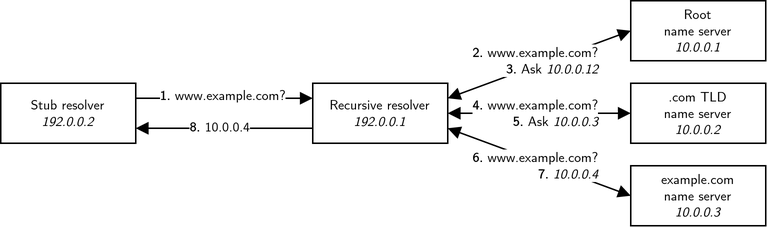
Earlier version of the draw.io export report/images/dns-resolve.png (tedski999/dissertation). Source tidied: cells renumbered, new cells last; positions are measured from the earlier drawing's top-left corner, leaving out a move shared by most shapes. The source it was exported from:
```xml
<mxGraphModel>
  <root>
    <mxCell id="0" />
    <mxCell id="1" parent="0" />
    <mxCell id="2" style="edgeStyle=orthogonalEdgeStyle;rounded=0;jettySize=auto;html=1;exitX=0;exitY=0.75;exitDx=0;exitDy=0;entryX=1;entryY=0.75;entryDx=0;entryDy=0;endArrow=block;endFill=1;fontFamily=Computer Modern;fontSource=http%3A%2F%2Fmirrors.ctan.org%2Ffonts%2Fcm-unicode%2Ffonts%2Fotf%2Fcmunss.otf;" parent="1" edge="1" source="4" target="7">
      <mxGeometry relative="1" as="geometry" />
    </mxCell>
    <mxCell id="3" style="edgeStyle=orthogonalEdgeStyle;rounded=0;jettySize=auto;html=1;exitX=1;exitY=0.5;exitDx=0;exitDy=0;entryX=0;entryY=0.5;entryDx=0;entryDy=0;startArrow=block;startFill=1;endArrow=block;endFill=1;fontFamily=Computer Modern;fontSource=http%3A%2F%2Fmirrors.ctan.org%2Ffonts%2Fcm-unicode%2Ffonts%2Fotf%2Fcmunss.otf;" parent="1" edge="1" source="4" target="8">
      <mxGeometry relative="1" as="geometry" />
    </mxCell>
    <mxCell id="4" value="&lt;div style=&quot;font-size: 9px;&quot;&gt;Recursive resolver&lt;/div&gt;&lt;div style=&quot;font-size: 9px;&quot;&gt;&lt;i&gt;192.0.0.1&lt;/i&gt;&lt;br style=&quot;font-size: 9px;&quot;&gt;&lt;/div&gt;" style="rounded=0;whiteSpace=wrap;html=1;fontSize=9;fontFamily=Computer Modern;fontSource=http%3A%2F%2Fmirrors.ctan.org%2Ffonts%2Fcm-unicode%2Ffonts%2Fotf%2Fcmunss.otf;" parent="1" vertex="1">
      <mxGeometry x="208" y="55" width="90" height="40" as="geometry" />
    </mxCell>
    <mxCell id="5" style="edgeStyle=orthogonalEdgeStyle;rounded=0;jettySize=auto;html=1;exitX=1;exitY=0.25;exitDx=0;exitDy=0;entryX=0;entryY=0.25;entryDx=0;entryDy=0;endArrow=block;endFill=1;fontFamily=Computer Modern;fontSource=http%3A%2F%2Fmirrors.ctan.org%2Ffonts%2Fcm-unicode%2Ffonts%2Fotf%2Fcmunss.otf;" parent="1" edge="1" source="7" target="4">
      <mxGeometry relative="1" as="geometry" />
    </mxCell>
    <mxCell id="6" value="&lt;b&gt;1.&lt;/b&gt; www.example.com?" style="edgeLabel;html=1;align=center;verticalAlign=middle;fontSize=9;fontFamily=Computer Modern;fontSource=http%3A%2F%2Fmirrors.ctan.org%2Ffonts%2Fcm-unicode%2Ffonts%2Fotf%2Fcmunss.otf;" parent="5" vertex="1">
      <mxGeometry x="-0.03" relative="1" as="geometry">
        <mxPoint y="-2" as="offset" />
      </mxGeometry>
    </mxCell>
    <mxCell id="7" value="&lt;div style=&quot;font-size: 9px;&quot;&gt;Stub resolver&lt;/div&gt;&lt;div style=&quot;font-size: 9px;&quot;&gt;&lt;i&gt;192.0.0.2&lt;/i&gt;&lt;br style=&quot;font-size: 9px;&quot;&gt;&lt;/div&gt;" style="rounded=0;whiteSpace=wrap;html=1;fontSize=9;fontFamily=Computer Modern;fontSource=http%3A%2F%2Fmirrors.ctan.org%2Ffonts%2Fcm-unicode%2Ffonts%2Fotf%2Fcmunss.otf;" parent="1" vertex="1">
      <mxGeometry y="55" width="90" height="40" as="geometry" />
    </mxCell>
    <mxCell id="8" value="&lt;div style=&quot;font-size: 9px;&quot;&gt;.com TLD&lt;/div&gt;&lt;div style=&quot;font-size: 9px;&quot;&gt;name server&lt;br&gt;&lt;/div&gt;&lt;div style=&quot;font-size: 9px;&quot;&gt;&lt;i&gt;10.0.0.2&lt;/i&gt;&lt;br style=&quot;font-size: 9px;&quot;&gt;&lt;/div&gt;" style="rounded=0;whiteSpace=wrap;html=1;fontSize=9;fontFamily=Computer Modern;fontSource=http%3A%2F%2Fmirrors.ctan.org%2Ffonts%2Fcm-unicode%2Ffonts%2Fotf%2Fcmunss.otf;" parent="1" vertex="1">
      <mxGeometry x="420" y="55" width="90" height="40" as="geometry" />
    </mxCell>
    <mxCell id="9" value="&lt;div style=&quot;font-size: 9px;&quot;&gt;&lt;font style=&quot;font-size: 9px;&quot;&gt;Root&lt;/font&gt;&lt;/div&gt;&lt;div style=&quot;font-size: 9px;&quot;&gt;&lt;font style=&quot;font-size: 9px;&quot;&gt;name server&lt;br&gt;&lt;/font&gt;&lt;/div&gt;&lt;div style=&quot;font-size: 9px;&quot;&gt;&lt;i&gt;&lt;font style=&quot;font-size: 9px;&quot;&gt;10.0.0.1&lt;font style=&quot;font-size: 9px;&quot;&gt;&lt;br style=&quot;font-size: 9px;&quot;&gt;&lt;/font&gt;&lt;/font&gt;&lt;/i&gt;&lt;/div&gt;" style="rounded=0;whiteSpace=wrap;html=1;fontSize=9;fontFamily=Computer Modern;fontSource=http%3A%2F%2Fmirrors.ctan.org%2Ffonts%2Fcm-unicode%2Ffonts%2Fotf%2Fcmunss.otf;" parent="1" vertex="1">
      <mxGeometry x="420" width="90" height="40" as="geometry" />
    </mxCell>
    <mxCell id="10" style="endArrow=block;startArrow=block;html=1;rounded=0;exitX=1;exitY=0.25;exitDx=0;exitDy=0;entryX=0;entryY=0.5;entryDx=0;entryDy=0;endFill=1;startFill=1;fontFamily=Computer Modern;fontSource=http%3A%2F%2Fmirrors.ctan.org%2Ffonts%2Fcm-unicode%2Ffonts%2Fotf%2Fcmunss.otf;" parent="1" edge="1" source="4" target="9">
      <mxGeometry relative="1" as="geometry" />
    </mxCell>
    <mxCell id="11" value="&lt;div style=&quot;font-size: 9px;&quot;&gt;example.com&lt;/div&gt;&lt;div style=&quot;font-size: 9px;&quot;&gt;name server&lt;/div&gt;&lt;div style=&quot;font-size: 9px;&quot;&gt;&lt;i&gt;10.0.0.3&lt;/i&gt;&lt;br style=&quot;font-size: 9px;&quot;&gt;&lt;/div&gt;" style="rounded=0;whiteSpace=wrap;html=1;fontSize=9;fontFamily=Computer Modern;fontSource=http%3A%2F%2Fmirrors.ctan.org%2Ffonts%2Fcm-unicode%2Ffonts%2Fotf%2Fcmunss.otf;" parent="1" vertex="1">
      <mxGeometry x="420" y="110" width="90" height="40" as="geometry" />
    </mxCell>
    <mxCell id="12" style="endArrow=block;startArrow=block;html=1;rounded=0;exitX=1;exitY=0.75;exitDx=0;exitDy=0;entryX=0;entryY=0.5;entryDx=0;entryDy=0;endFill=1;startFill=1;fontFamily=Computer Modern;fontSource=http%3A%2F%2Fmirrors.ctan.org%2Ffonts%2Fcm-unicode%2Ffonts%2Fotf%2Fcmunss.otf;" parent="1" edge="1" source="4" target="11">
      <mxGeometry relative="1" as="geometry" />
    </mxCell>
    <mxCell id="13" value="&lt;b&gt;8. &lt;/b&gt;10.0.0.4" style="edgeLabel;html=1;align=center;verticalAlign=middle;fontSize=9;fontFamily=Computer Modern;fontSource=http%3A%2F%2Fmirrors.ctan.org%2Ffonts%2Fcm-unicode%2Ffonts%2Fotf%2Fcmunss.otf;" parent="1" vertex="1">
      <mxGeometry x="149" y="84" as="geometry">
        <mxPoint x="-3" as="offset" />
      </mxGeometry>
    </mxCell>
    <mxCell id="14" value="&lt;div&gt;&lt;b&gt;2.&lt;/b&gt; www.example.com?&lt;/div&gt;&lt;div align=&quot;right&quot;&gt;&lt;b&gt;3.&lt;/b&gt; Ask &lt;i&gt;10.0.0.12&lt;/i&gt;&lt;/div&gt;" style="edgeLabel;html=1;align=left;verticalAlign=middle;fontSize=9;fontFamily=Computer Modern;fontSource=http%3A%2F%2Fmirrors.ctan.org%2Ffonts%2Fcm-unicode%2Ffonts%2Fotf%2Fcmunss.otf;" parent="1" vertex="1">
      <mxGeometry x="313" y="40" as="geometry" />
    </mxCell>
    <mxCell id="15" value="&lt;div&gt;&lt;b&gt;4.&lt;/b&gt; www.example.com?&lt;/div&gt;&lt;div align=&quot;right&quot;&gt;&lt;b&gt;5.&lt;/b&gt; Ask &lt;i&gt;10.0.0.3&lt;/i&gt;&lt;br&gt;&lt;/div&gt;" style="edgeLabel;html=1;align=left;verticalAlign=middle;fontSize=9;fontFamily=Computer Modern;fontSource=http%3A%2F%2Fmirrors.ctan.org%2Ffonts%2Fcm-unicode%2Ffonts%2Fotf%2Fcmunss.otf;" parent="1" vertex="1">
      <mxGeometry x="313" y="75" as="geometry" />
    </mxCell>
    <mxCell id="16" value="&lt;div&gt;&lt;b&gt;6.&lt;/b&gt; www.example.com?&lt;/div&gt;&lt;div align=&quot;right&quot;&gt;&lt;b&gt;7.&lt;/b&gt; &lt;i&gt;10.0.0.4&lt;br&gt;&lt;/i&gt;&lt;/div&gt;" style="edgeLabel;html=1;align=left;verticalAlign=middle;fontSize=9;fontFamily=Computer Modern;fontSource=http%3A%2F%2Fmirrors.ctan.org%2Ffonts%2Fcm-unicode%2Ffonts%2Fotf%2Fcmunss.otf;" parent="1" vertex="1">
      <mxGeometry x="313" y="110" as="geometry" />
    </mxCell>
  </root>
</mxGraphModel>
```
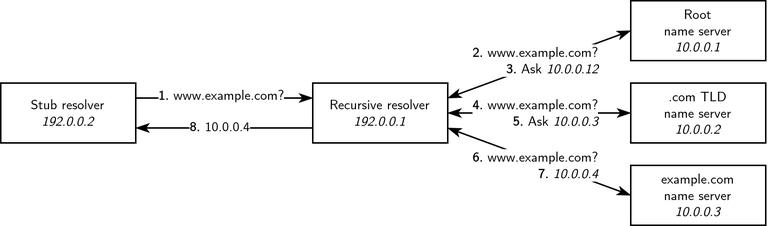
After the change.

Change to the diagram source:
```diff
@@ -2,16 +2,16 @@
   <root>
     <mxCell id="0" />
     <mxCell id="1" parent="0" />
-    <mxCell id="2" style="edgeStyle=orthogonalEdgeStyle;rounded=0;jettySize=auto;html=1;exitX=0;exitY=0.75;exitDx=0;exitDy=0;entryX=1;entryY=0.75;entryDx=0;entryDy=0;endArrow=block;endFill=1;fontFamily=Computer Modern;fontSource=http%3A%2F%2Fmirrors.ctan.org%2Ffonts%2Fcm-unicode%2Ffonts%2Fotf%2Fcmunss.otf;" parent="1" edge="1" source="4" target="7">
+    <mxCell id="2" style="edgeStyle=orthogonalEdgeStyle;rounded=0;jettySize=auto;html=1;exitX=0;exitY=0.75;exitDx=0;exitDy=0;entryX=1;entryY=0.75;entryDx=0;entryDy=0;endArrow=classicThin;endFill=1;fontFamily=Computer Modern;fontSource=http%3A%2F%2Fmirrors.ctan.org%2Ffonts%2Fcm-unicode%2Ffonts%2Fotf%2Fcmunss.otf;" parent="1" edge="1" source="4" target="7">
       <mxGeometry relative="1" as="geometry" />
     </mxCell>
-    <mxCell id="3" style="edgeStyle=orthogonalEdgeStyle;rounded=0;jettySize=auto;html=1;exitX=1;exitY=0.5;exitDx=0;exitDy=0;entryX=0;entryY=0.5;entryDx=0;entryDy=0;startArrow=block;startFill=1;endArrow=block;endFill=1;fontFamily=Computer Modern;fontSource=http%3A%2F%2Fmirrors.ctan.org%2Ffonts%2Fcm-unicode%2Ffonts%2Fotf%2Fcmunss.otf;" parent="1" edge="1" source="4" target="8">
+    <mxCell id="3" style="edgeStyle=orthogonalEdgeStyle;rounded=0;jettySize=auto;html=1;exitX=1;exitY=0.5;exitDx=0;exitDy=0;entryX=0;entryY=0.5;entryDx=0;entryDy=0;startArrow=classicThin;startFill=1;endArrow=classicThin;endFill=1;fontFamily=Computer Modern;fontSource=http%3A%2F%2Fmirrors.ctan.org%2Ffonts%2Fcm-unicode%2Ffonts%2Fotf%2Fcmunss.otf;" parent="1" edge="1" source="4" target="8">
       <mxGeometry relative="1" as="geometry" />
     </mxCell>
     <mxCell id="4" value="&lt;div style=&quot;font-size: 9px;&quot;&gt;Recursive resolver&lt;/div&gt;&lt;div style=&quot;font-size: 9px;&quot;&gt;&lt;i&gt;192.0.0.1&lt;/i&gt;&lt;br style=&quot;font-size: 9px;&quot;&gt;&lt;/div&gt;" style="rounded=0;whiteSpace=wrap;html=1;fontSize=9;fontFamily=Computer Modern;fontSource=http%3A%2F%2Fmirrors.ctan.org%2Ffonts%2Fcm-unicode%2Ffonts%2Fotf%2Fcmunss.otf;" parent="1" vertex="1">
       <mxGeometry x="208" y="55" width="90" height="40" as="geometry" />
     </mxCell>
-    <mxCell id="5" style="edgeStyle=orthogonalEdgeStyle;rounded=0;jettySize=auto;html=1;exitX=1;exitY=0.25;exitDx=0;exitDy=0;entryX=0;entryY=0.25;entryDx=0;entryDy=0;endArrow=block;endFill=1;fontFamily=Computer Modern;fontSource=http%3A%2F%2Fmirrors.ctan.org%2Ffonts%2Fcm-unicode%2Ffonts%2Fotf%2Fcmunss.otf;" parent="1" edge="1" source="7" target="4">
+    <mxCell id="5" style="edgeStyle=orthogonalEdgeStyle;rounded=0;jettySize=auto;html=1;exitX=1;exitY=0.25;exitDx=0;exitDy=0;entryX=0;entryY=0.25;entryDx=0;entryDy=0;endArrow=classicThin;endFill=1;fontFamily=Computer Modern;fontSource=http%3A%2F%2Fmirrors.ctan.org%2Ffonts%2Fcm-unicode%2Ffonts%2Fotf%2Fcmunss.otf;" parent="1" edge="1" source="7" target="4">
       <mxGeometry relative="1" as="geometry" />
     </mxCell>
     <mxCell id="6" value="&lt;b&gt;1.&lt;/b&gt; www.example.com?" style="edgeLabel;html=1;align=center;verticalAlign=middle;fontSize=9;fontFamily=Computer Modern;fontSource=http%3A%2F%2Fmirrors.ctan.org%2Ffonts%2Fcm-unicode%2Ffonts%2Fotf%2Fcmunss.otf;" parent="5" vertex="1">
@@ -28,13 +28,13 @@
     <mxCell id="9" value="&lt;div style=&quot;font-size: 9px;&quot;&gt;&lt;font style=&quot;font-size: 9px;&quot;&gt;Root&lt;/font&gt;&lt;/div&gt;&lt;div style=&quot;font-size: 9px;&quot;&gt;&lt;font style=&quot;font-size: 9px;&quot;&gt;name server&lt;br&gt;&lt;/font&gt;&lt;/div&gt;&lt;div style=&quot;font-size: 9px;&quot;&gt;&lt;i&gt;&lt;font style=&quot;font-size: 9px;&quot;&gt;10.0.0.1&lt;font style=&quot;font-size: 9px;&quot;&gt;&lt;br style=&quot;font-size: 9px;&quot;&gt;&lt;/font&gt;&lt;/font&gt;&lt;/i&gt;&lt;/div&gt;" style="rounded=0;whiteSpace=wrap;html=1;fontSize=9;fontFamily=Computer Modern;fontSource=http%3A%2F%2Fmirrors.ctan.org%2Ffonts%2Fcm-unicode%2Ffonts%2Fotf%2Fcmunss.otf;" parent="1" vertex="1">
       <mxGeometry x="420" width="90" height="40" as="geometry" />
     </mxCell>
-    <mxCell id="10" style="endArrow=block;startArrow=block;html=1;rounded=0;exitX=1;exitY=0.25;exitDx=0;exitDy=0;entryX=0;entryY=0.5;entryDx=0;entryDy=0;endFill=1;startFill=1;fontFamily=Computer Modern;fontSource=http%3A%2F%2Fmirrors.ctan.org%2Ffonts%2Fcm-unicode%2Ffonts%2Fotf%2Fcmunss.otf;" parent="1" edge="1" source="4" target="9">
+    <mxCell id="10" style="endArrow=classicThin;startArrow=classicThin;html=1;rounded=0;exitX=1;exitY=0.25;exitDx=0;exitDy=0;entryX=0;entryY=0.5;entryDx=0;entryDy=0;endFill=1;startFill=1;fontFamily=Computer Modern;fontSource=http%3A%2F%2Fmirrors.ctan.org%2Ffonts%2Fcm-unicode%2Ffonts%2Fotf%2Fcmunss.otf;" parent="1" edge="1" source="4" target="9">
       <mxGeometry relative="1" as="geometry" />
     </mxCell>
     <mxCell id="11" value="&lt;div style=&quot;font-size: 9px;&quot;&gt;example.com&lt;/div&gt;&lt;div style=&quot;font-size: 9px;&quot;&gt;name server&lt;/div&gt;&lt;div style=&quot;font-size: 9px;&quot;&gt;&lt;i&gt;10.0.0.3&lt;/i&gt;&lt;br style=&quot;font-size: 9px;&quot;&gt;&lt;/div&gt;" style="rounded=0;whiteSpace=wrap;html=1;fontSize=9;fontFamily=Computer Modern;fontSource=http%3A%2F%2Fmirrors.ctan.org%2Ffonts%2Fcm-unicode%2Ffonts%2Fotf%2Fcmunss.otf;" parent="1" vertex="1">
       <mxGeometry x="420" y="110" width="90" height="40" as="geometry" />
     </mxCell>
-    <mxCell id="12" style="endArrow=block;startArrow=block;html=1;rounded=0;exitX=1;exitY=0.75;exitDx=0;exitDy=0;entryX=0;entryY=0.5;entryDx=0;entryDy=0;endFill=1;startFill=1;fontFamily=Computer Modern;fontSource=http%3A%2F%2Fmirrors.ctan.org%2Ffonts%2Fcm-unicode%2Ffonts%2Fotf%2Fcmunss.otf;" parent="1" edge="1" source="4" target="11">
+    <mxCell id="12" style="endArrow=classicThin;startArrow=classicThin;html=1;rounded=0;exitX=1;exitY=0.75;exitDx=0;exitDy=0;entryX=0;entryY=0.5;entryDx=0;entryDy=0;endFill=1;startFill=1;fontFamily=Computer Modern;fontSource=http%3A%2F%2Fmirrors.ctan.org%2Ffonts%2Fcm-unicode%2Ffonts%2Fotf%2Fcmunss.otf;" parent="1" edge="1" source="4" target="11">
       <mxGeometry relative="1" as="geometry" />
     </mxCell>
     <mxCell id="13" value="&lt;b&gt;8. &lt;/b&gt;10.0.0.4" style="edgeLabel;html=1;align=center;verticalAlign=middle;fontSize=9;fontFamily=Computer Modern;fontSource=http%3A%2F%2Fmirrors.ctan.org%2Ffonts%2Fcm-unicode%2Ffonts%2Fotf%2Fcmunss.otf;" parent="1" vertex="1">
```
